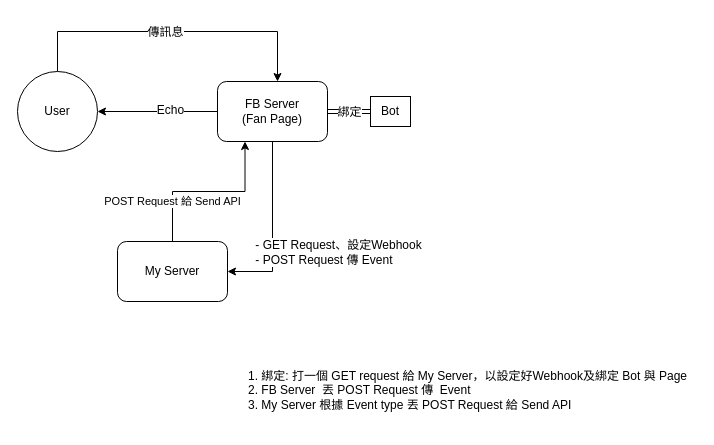
Before: FB-Bot.drawio in BenmrChen/Draw.io, a draw.io diagram. Source tidied: cells renumbered, new cells numbered last; positions are measured from the earlier drawing's top-left corner, leaving out a move shared by most shapes. Both pictures are drawn from the tidied source at 100%, with x=0, y=0 at pixel (17, 31).
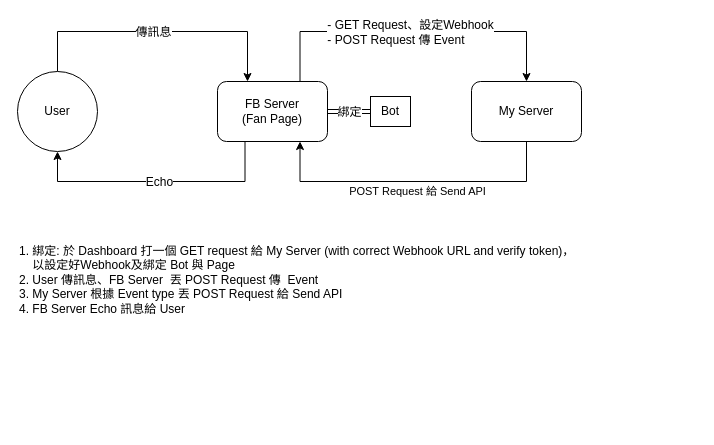
Above is the later version.

The change refers to these unchanged cells:
```xml
<mxCell id="4" value="User" style="ellipse;whiteSpace=wrap;html=1;" parent="1" vertex="1">
  <mxGeometry y="40" width="80" height="80" as="geometry" />
</mxCell>
<mxCell id="11" value="FB Server&lt;br&gt;(Fan Page)&lt;br&gt;" style="rounded=1;whiteSpace=wrap;html=1;" parent="1" vertex="1">
  <mxGeometry x="200" y="50" width="110" height="60" as="geometry" />
</mxCell>
```

Diff of the diagram source:
```diff
@@
     <mxCell id="2" style="edgeStyle=orthogonalEdgeStyle;rounded=0;jettySize=auto;html=1;exitX=0.5;exitY=0;exitDx=0;exitDy=0;" parent="1" edge="1" source="4" target="11">
       <mxGeometry relative="1" as="geometry">
         <Array as="points">
           <mxPoint x="40" />
-          <mxPoint x="260" />
+          <mxPoint x="230" />
         </Array>
       </mxGeometry>
     </mxCell>
@@
-    <mxCell id="7" style="edgeStyle=orthogonalEdgeStyle;rounded=0;jettySize=auto;html=1;exitX=0.5;exitY=1;exitDx=0;exitDy=0;entryX=1;entryY=0.5;entryDx=0;entryDy=0;" parent="1" edge="1" source="11" target="14">
-      <mxGeometry relative="1" as="geometry" />
+    <mxCell id="7" style="edgeStyle=orthogonalEdgeStyle;rounded=0;jettySize=auto;html=1;exitX=0.75;exitY=0;exitDx=0;exitDy=0;entryX=0.5;entryY=0;entryDx=0;entryDy=0;" parent="1" edge="1" source="11" target="14">
+      <mxGeometry relative="1" as="geometry">
+        <Array as="points">
+          <mxPoint x="283" />
+          <mxPoint x="509" />
+        </Array>
+      </mxGeometry>
     </mxCell>
     <mxCell id="8" value="- GET Request、設定Webhook&lt;br&gt;&lt;div style=&quot;text-align: left&quot;&gt;- POST Request 傳 Event&lt;/div&gt;" style="text;html=1;align=center;verticalAlign=middle;labelBackgroundColor=#ffffff;" parent="7" vertex="1">
       <mxGeometry x="-0.32" relative="1" as="geometry">
-        <mxPoint x="65" y="51" as="offset" />
+        <mxPoint x="49" as="offset" />
       </mxGeometry>
     </mxCell>
-    <mxCell id="9" style="edgeStyle=orthogonalEdgeStyle;rounded=0;jettySize=auto;html=1;exitX=0;exitY=0.5;exitDx=0;exitDy=0;" parent="1" edge="1" source="11" target="4">
-      <mxGeometry relative="1" as="geometry" />
+    <mxCell id="9" style="edgeStyle=orthogonalEdgeStyle;rounded=0;jettySize=auto;html=1;exitX=0.25;exitY=1;exitDx=0;exitDy=0;entryX=0.5;entryY=1;entryDx=0;entryDy=0;" parent="1" edge="1" source="11" target="4">
+      <mxGeometry relative="1" as="geometry">
+        <Array as="points">
+          <mxPoint x="228" y="150" />
+          <mxPoint x="40" y="150" />
+        </Array>
+      </mxGeometry>
     </mxCell>
     <mxCell id="10" value="Echo" style="text;html=1;align=center;verticalAlign=middle;labelBackgroundColor=#ffffff;" parent="9" vertex="1">
-      <mxGeometry x="-0.2" y="-2" relative="1" as="geometry" />
+      <mxGeometry x="-0.2" y="-2" relative="1" as="geometry">
+        <mxPoint x="-23" y="2" as="offset" />
+      </mxGeometry>
     </mxCell>
@@
-    <mxCell id="13" value="POST Request 給 Send API" style="edgeStyle=orthogonalEdgeStyle;rounded=0;jettySize=auto;html=1;exitX=0.5;exitY=0;exitDx=0;exitDy=0;entryX=0.25;entryY=1;entryDx=0;entryDy=0;" parent="1" edge="1" source="14" target="11">
-      <mxGeometry x="-0.54" relative="1" as="geometry" />
+    <mxCell id="13" value="POST Request 給 Send API" style="edgeStyle=orthogonalEdgeStyle;rounded=0;jettySize=auto;html=1;exitX=0.5;exitY=1;exitDx=0;exitDy=0;entryX=0.75;entryY=1;entryDx=0;entryDy=0;" parent="1" edge="1" source="14" target="11">
+      <mxGeometry x="-0.03" y="10" relative="1" as="geometry">
+        <Array as="points">
+          <mxPoint x="509" y="150" />
+          <mxPoint x="283" y="150" />
+        </Array>
+      </mxGeometry>
     </mxCell>
     <mxCell id="14" value="My Server" style="rounded=1;whiteSpace=wrap;html=1;" parent="1" vertex="1">
-      <mxGeometry x="100" y="210" width="110" height="60" as="geometry" />
+      <mxGeometry x="454" y="50" width="110" height="60" as="geometry" />
     </mxCell>
-    <mxCell id="15" value="1. 綁定: 打一個 GET request 給 My Server，以設定好Webhook及綁定 Bot 與 Page&lt;br&gt;2. FB Server&amp;nbsp; 丟 POST Request 傳&amp;nbsp; Event&lt;br&gt;3. My Server 根據 Event type 丟 POST Request 給 Send API&lt;br&gt;&lt;br&gt;" style="text;html=1;align=left;verticalAlign=top;spacingTop=-4;" parent="1" vertex="1">
-      <mxGeometry x="229" y="335" width="450" height="60" as="geometry" />
+    <mxCell id="15" value="1. 綁定: 於 Dashboard 打一個 GET request 給 My Server (with correct Webhook URL and verify token)，&lt;br&gt;&amp;nbsp; &amp;nbsp; 以設定好Webhook及綁定 Bot 與 Page&lt;br&gt;2. User 傳訊息、FB Server&amp;nbsp; 丟 POST Request 傳&amp;nbsp; Event&lt;br&gt;3. My Server 根據 Event type 丟 POST Request 給 Send API&lt;br&gt;4. FB Server Echo 訊息給 User&lt;br&gt;" style="text;html=1;align=left;verticalAlign=top;spacingTop=-4;" parent="1" vertex="1">
+      <mxGeometry y="210" width="570" height="70" as="geometry" />
     </mxCell>
```
